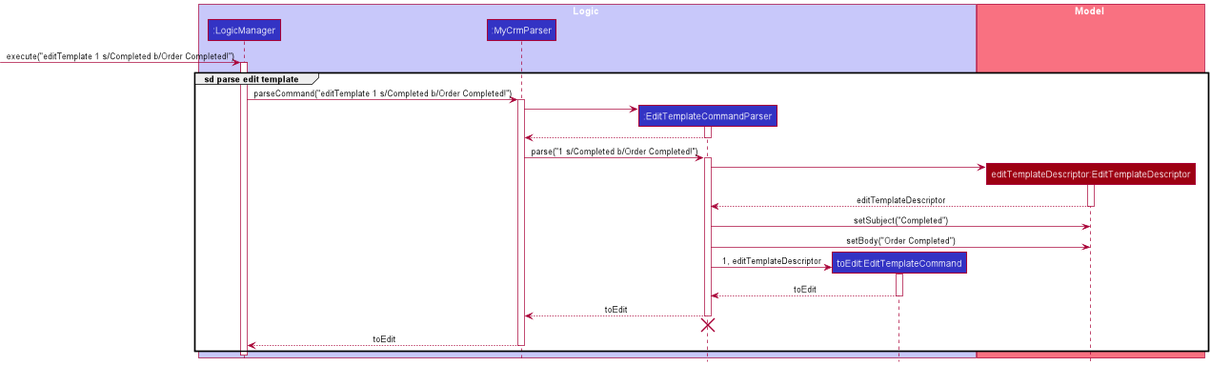
Before: docs/images/mail/EditTemplateParseSequenceDiagram.png, a diagram exported from PlantUML (ooawagaeri/tp). Source of this version:
```plantuml
@startuml
!include style.puml

box Logic LOGIC_COLOR_T1
participant ":LogicManager" as LogicManager LOGIC_COLOR
participant ":MyCrmParser" as MyCrmParser LOGIC_COLOR
participant ":EditTemplateCommandParser" as EditTemplateCommandParser LOGIC_COLOR
participant "toEdit:EditTemplateCommand" as EditTemplateCommand LOGIC_COLOR
end box

box Model MODEL_COLOR_T1
participant "editTemplateDescriptor:EditTemplateDescriptor" as EditTemplateDescriptor MODEL_COLOR
end box
[-> LogicManager : execute("editTemplate 1 s/Completed b/Order Completed!")
activate LogicManager

group sd parse edit template
LogicManager -> MyCrmParser : parseCommand("editTemplate 1 s/Completed b/Order Completed!")
activate MyCrmParser

create EditTemplateCommandParser
MyCrmParser -> EditTemplateCommandParser
activate EditTemplateCommandParser

EditTemplateCommandParser --> MyCrmParser
deactivate EditTemplateCommandParser

MyCrmParser -> EditTemplateCommandParser : parse("1 s/Completed b/Order Completed!")
activate EditTemplateCommandParser

create EditTemplateDescriptor
EditTemplateCommandParser -> EditTemplateDescriptor
activate EditTemplateDescriptor
EditTemplateDescriptor --> EditTemplateCommandParser : editTemplateDescriptor
deactivate EditTemplateDescriptor

EditTemplateCommandParser -> EditTemplateDescriptor : setSubject("Completed")

EditTemplateCommandParser -> EditTemplateDescriptor : setBody("Order Completed")

create EditTemplateCommand
EditTemplateCommandParser -> EditTemplateCommand : 1, editTemplateDescriptor
activate EditTemplateCommand

EditTemplateCommand --> EditTemplateCommandParser : toEdit
deactivate EditTemplateCommand

EditTemplateCommandParser --> MyCrmParser : toEdit
deactivate EditTemplateCommandParser

EditTemplateCommandParser -[hidden]-> MyCrmParser
destroy EditTemplateCommandParser

MyCrmParser --> LogicManager : toEdit
deactivate MyCrmParser
end

deactivate LogicManager
@enduml
```
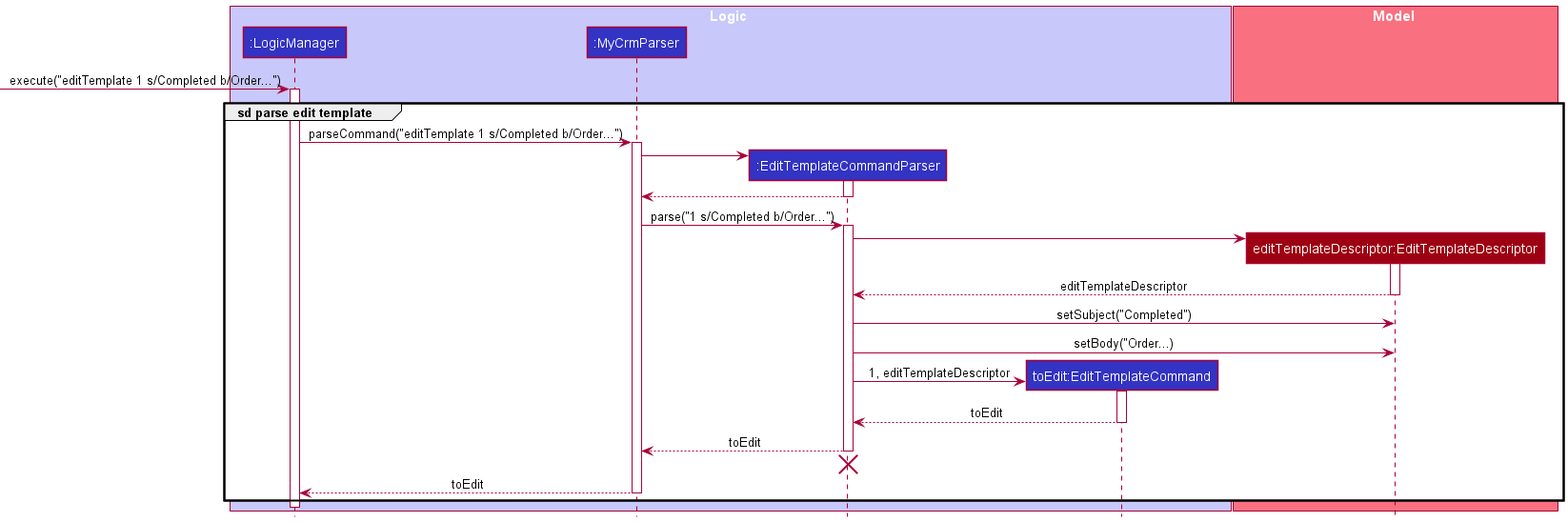
The same file after the commit.

Change to the diagram source:
```diff
@@ -1,5 +1,5 @@
 @startuml
-!include style.puml
+!include ../style.puml
 
 box Logic LOGIC_COLOR_T1
 participant ":LogicManager" as LogicManager LOGIC_COLOR
@@ -11,11 +11,11 @@
 box Model MODEL_COLOR_T1
 participant "editTemplateDescriptor:EditTemplateDescriptor" as EditTemplateDescriptor MODEL_COLOR
 end box
-[-> LogicManager : execute("editTemplate 1 s/Completed b/Order Completed!")
+[-> LogicManager : execute("editTemplate 1 s/Completed b/Order...")
 activate LogicManager
 
 group sd parse edit template
-LogicManager -> MyCrmParser : parseCommand("editTemplate 1 s/Completed b/Order Completed!")
+LogicManager -> MyCrmParser : parseCommand("editTemplate 1 s/Completed b/Order...")
 activate MyCrmParser
 
 create EditTemplateCommandParser
@@ -25,7 +25,7 @@
 EditTemplateCommandParser --> MyCrmParser
 deactivate EditTemplateCommandParser
 
-MyCrmParser -> EditTemplateCommandParser : parse("1 s/Completed b/Order Completed!")
+MyCrmParser -> EditTemplateCommandParser : parse("1 s/Completed b/Order...")
 activate EditTemplateCommandParser
 
 create EditTemplateDescriptor
@@ -36,7 +36,7 @@
 
 EditTemplateCommandParser -> EditTemplateDescriptor : setSubject("Completed")
 
-EditTemplateCommandParser -> EditTemplateDescriptor : setBody("Order Completed")
+EditTemplateCommandParser -> EditTemplateDescriptor : setBody("Order...)
 
 create EditTemplateCommand
 EditTemplateCommandParser -> EditTemplateCommand : 1, editTemplateDescriptor
```
